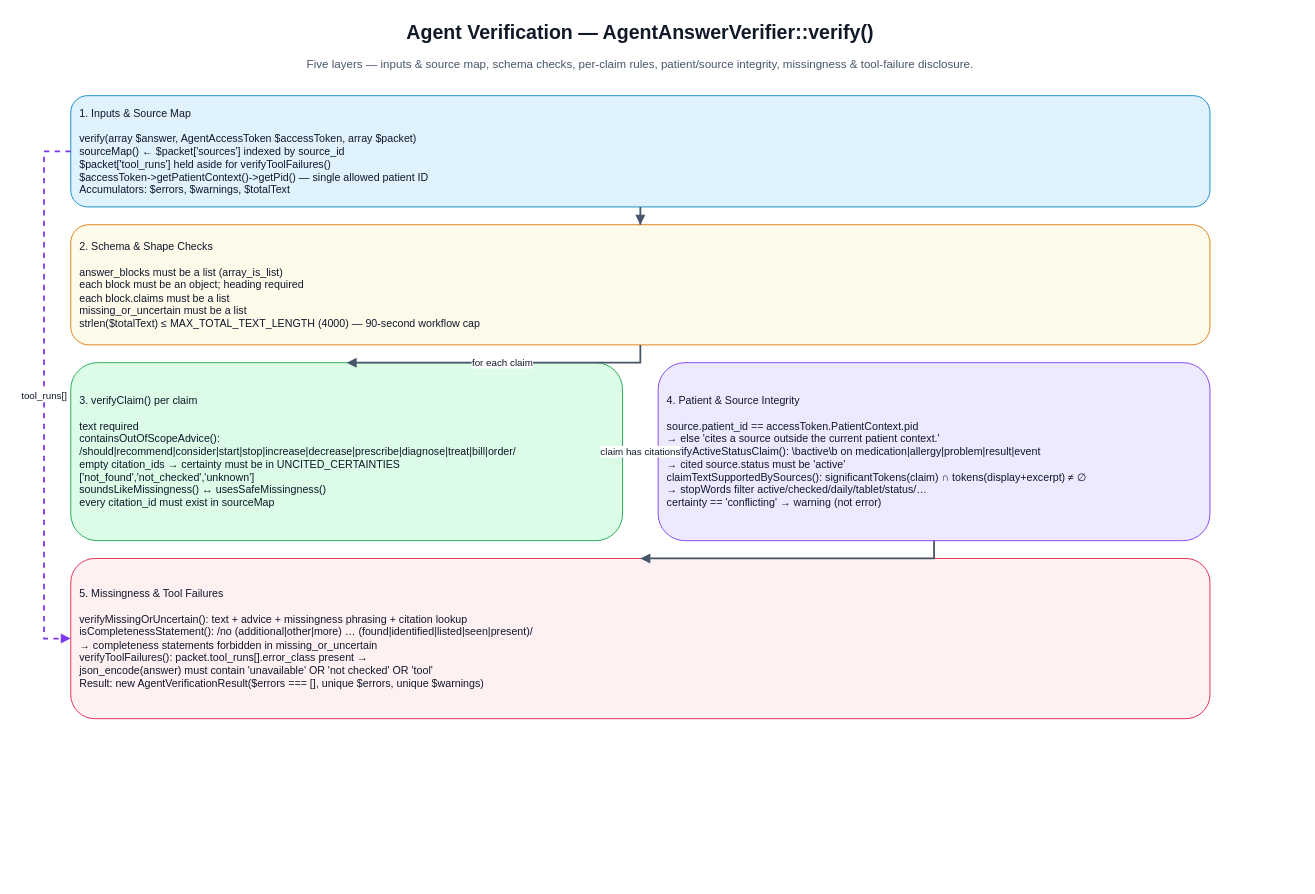
Above: diagrams/agent-verification.drawio in stick109/openemr (draw.io), before the change. Source tidied: cells renumbered, new cells numbered last; positions are measured from the earlier drawing's top-left corner, leaving out a move shared by most shapes. Both pictures are drawn from the tidied source at 89%, with x=0, y=0 at pixel (44, 15).
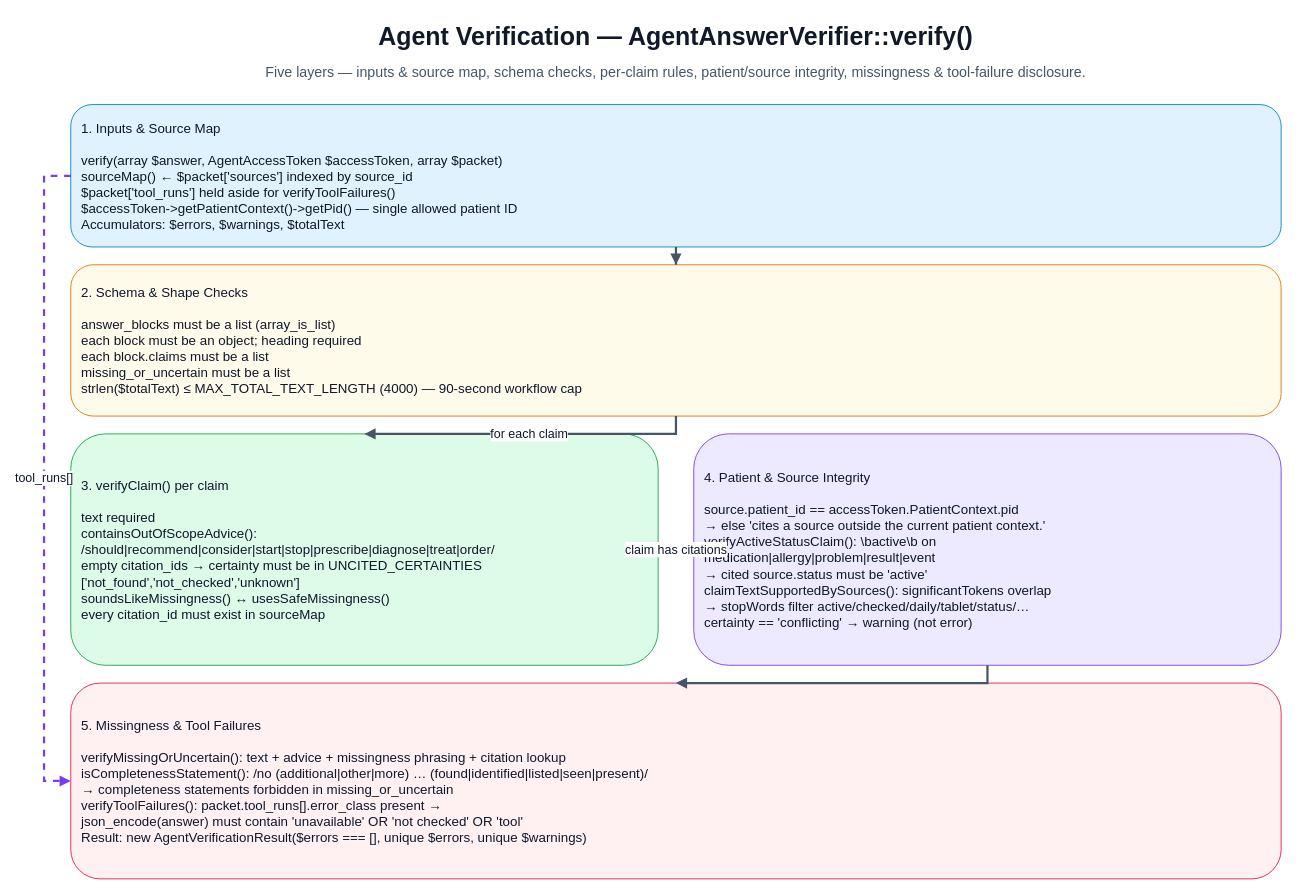
The same page after the edit.

Commit message (it also covers changes not shown here):
docs: enlarge agent diagram fonts and tighten verification summary

The edit, as a diff of the source:
```diff
@@
 <mxGraphModel>
   <root>
     <mxCell id="0" />
     <mxCell id="1" parent="0" />
-    <mxCell id="2" value="Agent Verification — AgentAnswerVerifier::verify()" style="text;html=1;strokeColor=none;fillColor=none;align=center;verticalAlign=middle;whiteSpace=wrap;rounded=0;fontSize=22;fontStyle=1;fontColor=#111827;" parent="1" vertex="1">
-      <mxGeometry x="10" width="1320" height="40" as="geometry" />
+    <mxCell id="2" value="Agent Verification — AgentAnswerVerifier::verify()" style="text;html=1;strokeColor=none;fillColor=none;align=center;verticalAlign=middle;whiteSpace=wrap;rounded=0;fontSize=28;fontStyle=1;fontColor=#111827;" parent="1" vertex="1">
+      <mxGeometry x="10" width="1400" height="48" as="geometry" />
     </mxCell>
-    <mxCell id="3" value="Five layers — inputs &amp; source map, schema checks, per-claim rules, patient/source integrity, missingness &amp; tool-failure disclosure." style="text;html=1;strokeColor=none;fillColor=none;align=center;verticalAlign=middle;whiteSpace=wrap;rounded=0;fontSize=13;fontColor=#475569;" parent="1" vertex="1">
-      <mxGeometry x="70" y="40" width="1200" height="28" as="geometry" />
+    <mxCell id="3" value="Five layers — inputs &amp; source map, schema checks, per-claim rules, patient/source integrity, missingness &amp; tool-failure disclosure." style="text;html=1;strokeColor=none;fillColor=none;align=center;verticalAlign=middle;whiteSpace=wrap;rounded=0;fontSize=16;fontColor=#475569;" parent="1" vertex="1">
+      <mxGeometry x="70" y="48" width="1280" height="32" as="geometry" />
     </mxCell>
-    <mxCell id="4" value="1. Inputs &amp; Source Map&#10;&#10;verify(array $answer, AgentAccessToken $accessToken, array $packet)&#10;sourceMap() ← $packet['sources'] indexed by source_id&#10;$packet['tool_runs'] held aside for verifyToolFailures()&#10;$accessToken-&gt;getPatientContext()-&gt;getPid() — single allowed patient ID&#10;Accumulators: $errors, $warnings, $totalText" style="rounded=1;whiteSpace=wrap;html=1;fillColor=#e0f2fe;strokeColor=#0284c7;fontColor=#0f172a;fontSize=12;spacing=10;align=left;" parent="1" vertex="1">
-      <mxGeometry x="30" y="90" width="1280" height="125" as="geometry" />
+    <mxCell id="4" value="1. Inputs &amp; Source Map&#10;&#10;verify(array $answer, AgentAccessToken $accessToken, array $packet)&#10;sourceMap() ← $packet['sources'] indexed by source_id&#10;$packet['tool_runs'] held aside for verifyToolFailures()&#10;$accessToken-&gt;getPatientContext()-&gt;getPid() — single allowed patient ID&#10;Accumulators: $errors, $warnings, $totalText" style="rounded=1;whiteSpace=wrap;html=1;fillColor=#e0f2fe;strokeColor=#0284c7;fontColor=#0f172a;fontSize=15;spacing=12;align=left;" parent="1" vertex="1">
+      <mxGeometry x="30" y="100" width="1360" height="160" as="geometry" />
     </mxCell>
-    <mxCell id="5" value="2. Schema &amp; Shape Checks&#10;&#10;answer_blocks must be a list (array_is_list)&#10;each block must be an object; heading required&#10;each block.claims must be a list&#10;missing_or_uncertain must be a list&#10;strlen($totalText) ≤ MAX_TOTAL_TEXT_LENGTH (4000) — 90-second workflow cap" style="rounded=1;whiteSpace=wrap;html=1;fillColor=#fffbeb;strokeColor=#d97706;fontColor=#0f172a;fontSize=12;spacing=10;align=left;" parent="1" vertex="1">
-      <mxGeometry x="30" y="235" width="1280" height="135" as="geometry" />
+    <mxCell id="5" value="2. Schema &amp; Shape Checks&#10;&#10;answer_blocks must be a list (array_is_list)&#10;each block must be an object; heading required&#10;each block.claims must be a list&#10;missing_or_uncertain must be a list&#10;strlen($totalText) ≤ MAX_TOTAL_TEXT_LENGTH (4000) — 90-second workflow cap" style="rounded=1;whiteSpace=wrap;html=1;fillColor=#fffbeb;strokeColor=#d97706;fontColor=#0f172a;fontSize=15;spacing=12;align=left;" parent="1" vertex="1">
+      <mxGeometry x="30" y="280" width="1360" height="170" as="geometry" />
     </mxCell>
-    <mxCell id="6" value="3. verifyClaim() per claim&#10;&#10;text required&#10;containsOutOfScopeAdvice():&#10;  /should|recommend|consider|start|stop|increase|decrease|prescribe|diagnose|treat|bill|order/&#10;empty citation_ids → certainty must be in UNCITED_CERTAINTIES&#10;  ['not_found','not_checked','unknown']&#10;soundsLikeMissingness() ↔ usesSafeMissingness()&#10;every citation_id must exist in sourceMap" style="rounded=1;whiteSpace=wrap;html=1;fillColor=#dcfce7;strokeColor=#16a34a;fontColor=#0f172a;fontSize=12;spacing=10;align=left;" parent="1" vertex="1">
-      <mxGeometry x="30" y="390" width="620" height="200" as="geometry" />
+    <mxCell id="6" value="3. verifyClaim() per claim&#10;&#10;text required&#10;containsOutOfScopeAdvice():&#10;  /should|recommend|consider|start|stop|prescribe|diagnose|treat|order/&#10;empty citation_ids → certainty must be in UNCITED_CERTAINTIES&#10;  ['not_found','not_checked','unknown']&#10;soundsLikeMissingness() ↔ usesSafeMissingness()&#10;every citation_id must exist in sourceMap" style="rounded=1;whiteSpace=wrap;html=1;fillColor=#dcfce7;strokeColor=#16a34a;fontColor=#0f172a;fontSize=15;spacing=12;align=left;" parent="1" vertex="1">
+      <mxGeometry x="30" y="470" width="660" height="260" as="geometry" />
     </mxCell>
-    <mxCell id="7" value="4. Patient &amp; Source Integrity&#10;&#10;source.patient_id == accessToken.PatientContext.pid&#10;  → else 'cites a source outside the current patient context.'&#10;verifyActiveStatusClaim(): \bactive\b on medication|allergy|problem|result|event&#10;  → cited source.status must be 'active'&#10;claimTextSupportedBySources(): significantTokens(claim) ∩ tokens(display+excerpt) ≠ ∅&#10;  → stopWords filter active/checked/daily/tablet/status/…&#10;certainty == 'conflicting' → warning (not error)" style="rounded=1;whiteSpace=wrap;html=1;fillColor=#ede9fe;strokeColor=#7c3aed;fontColor=#0f172a;fontSize=12;spacing=10;align=left;" parent="1" vertex="1">
-      <mxGeometry x="690" y="390" width="620" height="200" as="geometry" />
+    <mxCell id="7" value="4. Patient &amp; Source Integrity&#10;&#10;source.patient_id == accessToken.PatientContext.pid&#10;  → else 'cites a source outside the current patient context.'&#10;verifyActiveStatusClaim(): \bactive\b on&#10;  medication|allergy|problem|result|event&#10;  → cited source.status must be 'active'&#10;claimTextSupportedBySources(): significantTokens overlap&#10;  → stopWords filter active/checked/daily/tablet/status/…&#10;certainty == 'conflicting' → warning (not error)" style="rounded=1;whiteSpace=wrap;html=1;fillColor=#ede9fe;strokeColor=#7c3aed;fontColor=#0f172a;fontSize=15;spacing=12;align=left;" parent="1" vertex="1">
+      <mxGeometry x="730" y="470" width="660" height="260" as="geometry" />
     </mxCell>
-    <mxCell id="8" value="5. Missingness &amp; Tool Failures&#10;&#10;verifyMissingOrUncertain(): text + advice + missingness phrasing + citation lookup&#10;isCompletenessStatement(): /no (additional|other|more) … (found|identified|listed|seen|present)/&#10;  → completeness statements forbidden in missing_or_uncertain&#10;verifyToolFailures(): packet.tool_runs[].error_class present →&#10;  json_encode(answer) must contain 'unavailable' OR 'not checked' OR 'tool'&#10;Result: new AgentVerificationResult($errors === [], unique $errors, unique $warnings)" style="rounded=1;whiteSpace=wrap;html=1;fillColor=#fff1f2;strokeColor=#e11d48;fontColor=#0f172a;fontSize=12;spacing=10;align=left;" parent="1" vertex="1">
-      <mxGeometry x="30" y="610" width="1280" height="180" as="geometry" />
+    <mxCell id="8" value="5. Missingness &amp; Tool Failures&#10;&#10;verifyMissingOrUncertain(): text + advice + missingness phrasing + citation lookup&#10;isCompletenessStatement(): /no (additional|other|more) … (found|identified|listed|seen|present)/&#10;  → completeness statements forbidden in missing_or_uncertain&#10;verifyToolFailures(): packet.tool_runs[].error_class present →&#10;  json_encode(answer) must contain 'unavailable' OR 'not checked' OR 'tool'&#10;Result: new AgentVerificationResult($errors === [], unique $errors, unique $warnings)" style="rounded=1;whiteSpace=wrap;html=1;fillColor=#fff1f2;strokeColor=#e11d48;fontColor=#0f172a;fontSize=15;spacing=12;align=left;" parent="1" vertex="1">
+      <mxGeometry x="30" y="750" width="1360" height="220" as="geometry" />
     </mxCell>
-    <mxCell id="9" style="edgeStyle=orthogonalEdgeStyle;rounded=0;jettySize=auto;html=1;strokeWidth=2;strokeColor=#475569;endArrow=block;endFill=1;" parent="1" edge="1" source="4" target="5">
+    <mxCell id="9" style="edgeStyle=orthogonalEdgeStyle;rounded=0;jettySize=auto;html=1;strokeWidth=2.5;strokeColor=#475569;endArrow=block;endFill=1;" parent="1" edge="1" source="4" target="5">
       <mxGeometry relative="1" as="geometry" />
     </mxCell>
-    <mxCell id="10" value="for each claim" style="edgeStyle=orthogonalEdgeStyle;rounded=0;jettySize=auto;html=1;strokeWidth=2;strokeColor=#475569;endArrow=block;endFill=1;fontSize=11;fontColor=#0f172a;" parent="1" edge="1" source="5" target="6">
+    <mxCell id="10" value="for each claim" style="edgeStyle=orthogonalEdgeStyle;rounded=0;jettySize=auto;html=1;strokeWidth=2.5;strokeColor=#475569;endArrow=block;endFill=1;fontSize=14;fontColor=#0f172a;" parent="1" edge="1" source="5" target="6">
       <mxGeometry relative="1" as="geometry" />
     </mxCell>
-    <mxCell id="11" value="claim has citations" style="edgeStyle=orthogonalEdgeStyle;rounded=0;jettySize=auto;html=1;strokeWidth=2;strokeColor=#475569;endArrow=block;endFill=1;fontSize=11;fontColor=#0f172a;" parent="1" edge="1" source="6" target="7">
+    <mxCell id="11" value="claim has citations" style="edgeStyle=orthogonalEdgeStyle;rounded=0;jettySize=auto;html=1;strokeWidth=2.5;strokeColor=#475569;endArrow=block;endFill=1;fontSize=14;fontColor=#0f172a;" parent="1" edge="1" source="6" target="7">
       <mxGeometry relative="1" as="geometry" />
     </mxCell>
-    <mxCell id="12" style="edgeStyle=orthogonalEdgeStyle;rounded=0;jettySize=auto;html=1;strokeWidth=2;strokeColor=#475569;endArrow=block;endFill=1;" parent="1" edge="1" source="7" target="8">
+    <mxCell id="12" style="edgeStyle=orthogonalEdgeStyle;rounded=0;jettySize=auto;html=1;strokeWidth=2.5;strokeColor=#475569;endArrow=block;endFill=1;" parent="1" edge="1" source="7" target="8">
       <mxGeometry relative="1" as="geometry" />
     </mxCell>
-    <mxCell id="13" value="tool_runs[]" style="edgeStyle=orthogonalEdgeStyle;rounded=0;jettySize=auto;html=1;strokeWidth=2;strokeColor=#7c3aed;dashed=1;endArrow=block;endFill=1;fontSize=11;fontColor=#0f172a;exitX=0;exitY=0.5;exitDx=0;exitDy=0;entryX=0;entryY=0.5;entryDx=0;entryDy=0;" parent="1" edge="1" source="4" target="8">
+    <mxCell id="13" value="tool_runs[]" style="edgeStyle=orthogonalEdgeStyle;rounded=0;jettySize=auto;html=1;strokeWidth=2.5;strokeColor=#7c3aed;dashed=1;endArrow=block;endFill=1;fontSize=14;fontColor=#0f172a;exitX=0;exitY=0.5;exitDx=0;exitDy=0;entryX=0;entryY=0.5;entryDx=0;entryDy=0;" parent="1" edge="1" source="4" target="8">
       <mxGeometry relative="1" as="geometry">
         <Array as="points">
-          <mxPoint y="152" />
-          <mxPoint y="700" />
+          <mxPoint y="180" />
+          <mxPoint y="860" />
         </Array>
       </mxGeometry>
     </mxCell>
   </root>
 </mxGraphModel>
```
